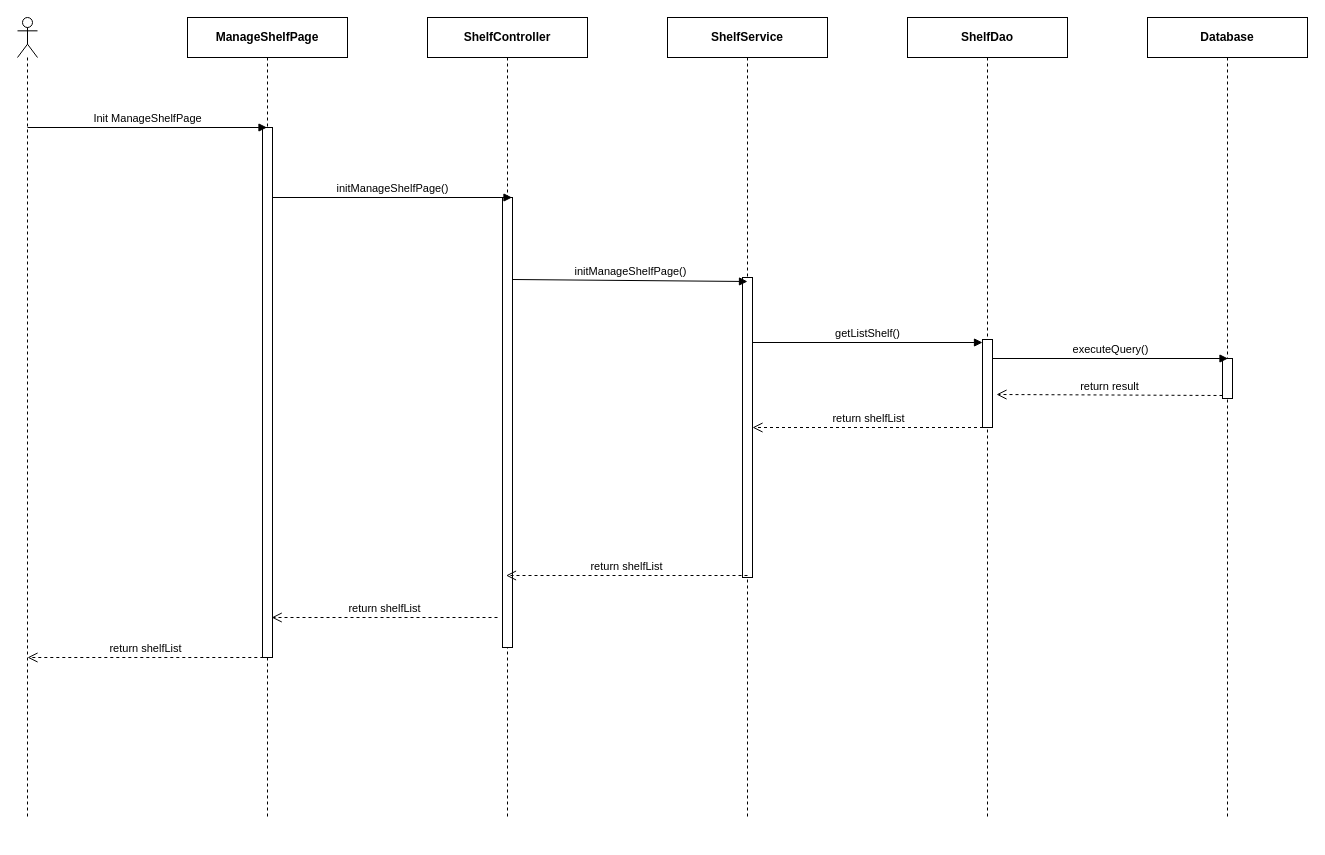
Above: page "Ev01" (1 of 2) of 0. Create/Sequece/sc02/SC0200_ShelfManage.drawio in luannmdev/CapstoneDocument (draw.io), before the change. Source tidied: cells renumbered, new cells numbered last; positions are measured from the earlier drawing's top-left corner, leaving out a move shared by most shapes. Both pictures are drawn from the tidied source at 100%, with x=0, y=0 at pixel (17, 17).
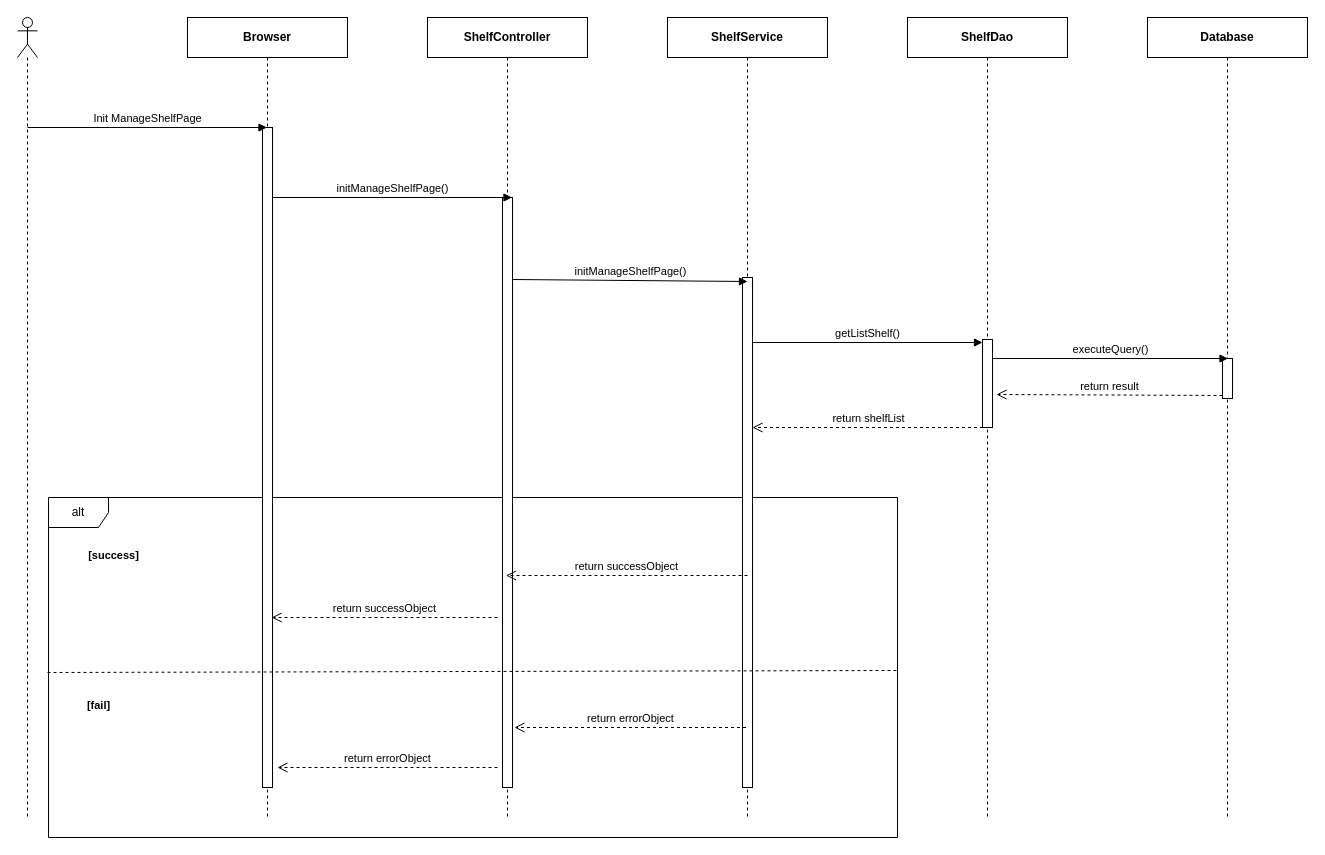
The same page after the edit.

The change refers to these unchanged cells:
```xml
<mxCell id="9" value="&lt;b&gt;ShelfService&lt;/b&gt;" style="shape=umlLifeline;perimeter=lifelinePerimeter;whiteSpace=wrap;html=1;" parent="1" vertex="1">
  <mxGeometry x="650" width="160" height="800" as="geometry" />
</mxCell>
<mxCell id="11" value="&lt;b&gt;ShelfController&lt;/b&gt;" style="shape=umlLifeline;perimeter=lifelinePerimeter;whiteSpace=wrap;html=1;" parent="1" vertex="1">
  <mxGeometry x="410" width="160" height="800" as="geometry" />
</mxCell>
```

Change to the diagram source:
```diff
@@
+    <mxCell id="23" value="alt" style="shape=umlFrame;whiteSpace=wrap;html=1;" parent="1" vertex="1">
+      <mxGeometry x="31" y="480" width="849" height="340" as="geometry" />
+    </mxCell>
@@
-    <mxCell id="3" value="&lt;b&gt;ManageShelfPage&lt;/b&gt;" style="shape=umlLifeline;perimeter=lifelinePerimeter;whiteSpace=wrap;html=1;outlineConnect=0;" parent="1" vertex="1">
+    <mxCell id="3" value="&lt;b&gt;Browser&lt;/b&gt;" style="shape=umlLifeline;perimeter=lifelinePerimeter;whiteSpace=wrap;html=1;outlineConnect=0;" parent="1" vertex="1">
       <mxGeometry x="170" width="160" height="800" as="geometry" />
     </mxCell>
     <mxCell id="4" style="html=1;perimeter=orthogonalPerimeter;" parent="3" vertex="1">
-      <mxGeometry x="75" y="110" width="10" height="530" as="geometry" />
+      <mxGeometry x="75" y="110" width="10" height="660" as="geometry" />
     </mxCell>
@@
     <mxCell id="10" style="html=1;perimeter=orthogonalPerimeter;" parent="9" vertex="1">
-      <mxGeometry x="75" y="260" width="10" height="300" as="geometry" />
+      <mxGeometry x="75" y="260" width="10" height="510" as="geometry" />
     </mxCell>
@@
     <mxCell id="12" style="html=1;perimeter=orthogonalPerimeter;" parent="11" vertex="1">
-      <mxGeometry x="75" y="180" width="10" height="450" as="geometry" />
+      <mxGeometry x="75" y="180" width="10" height="590" as="geometry" />
     </mxCell>
@@
-    <mxCell id="20" value="return&amp;nbsp;&lt;span style=&quot;text-align: left&quot;&gt;shelfList&lt;/span&gt;" style="html=1;verticalAlign=bottom;endArrow=open;dashed=1;endSize=8;" parent="1" edge="1">
+    <mxCell id="20" value="return successObject" style="html=1;verticalAlign=bottom;endArrow=open;dashed=1;endSize=8;" parent="1" edge="1">
       <mxGeometry relative="1" as="geometry">
         <mxPoint x="730" y="558" as="sourcePoint" />
         <mxPoint x="488.5" y="558" as="targetPoint" />
       </mxGeometry>
     </mxCell>
-    <mxCell id="21" value="return&amp;nbsp;&lt;span style=&quot;text-align: left&quot;&gt;shelfList&lt;/span&gt;" style="html=1;verticalAlign=bottom;endArrow=open;dashed=1;endSize=8;" parent="1" edge="1">
+    <mxCell id="21" value="return successObject" style="html=1;verticalAlign=bottom;endArrow=open;dashed=1;endSize=8;" parent="1" edge="1">
       <mxGeometry relative="1" as="geometry">
         <mxPoint x="480" y="600" as="sourcePoint" />
         <mxPoint x="254.2" y="600" as="targetPoint" />
       </mxGeometry>
     </mxCell>
-    <mxCell id="22" value="return&amp;nbsp;&lt;span style=&quot;text-align: left&quot;&gt;shelfList&lt;/span&gt;" style="html=1;verticalAlign=bottom;endArrow=open;dashed=1;endSize=8;" parent="1" edge="1">
-      <mxGeometry relative="1" as="geometry">
-        <mxPoint x="245.8" y="640" as="sourcePoint" />
-        <mxPoint x="10" y="640" as="targetPoint" />
-      </mxGeometry>
-    </mxCell>
+    <mxCell id="24" style="endArrow=none;dashed=1;html=1;exitX=-0.001;exitY=0.303;exitDx=0;exitDy=0;exitPerimeter=0;" parent="1" edge="1">
+      <mxGeometry relative="1" as="geometry">
+        <mxPoint x="30" y="655" as="sourcePoint" />
+        <mxPoint x="880" y="653" as="targetPoint" />
+      </mxGeometry>
+    </mxCell>
+    <mxCell id="25" value="&lt;span style=&quot;font-size: 11px ; background-color: rgb(255 , 255 , 255)&quot;&gt;&lt;b&gt;[success]&lt;/b&gt;&lt;/span&gt;" style="text;html=1;align=center;verticalAlign=middle;" parent="1" vertex="1">
+      <mxGeometry x="61" y="528" width="70" height="20" as="geometry" />
+    </mxCell>
+    <mxCell id="26" value="&lt;span style=&quot;font-size: 11px ; background-color: rgb(255 , 255 , 255)&quot;&gt;&lt;b&gt;[fail]&lt;/b&gt;&lt;/span&gt;" style="text;html=1;align=center;verticalAlign=middle;" parent="1" vertex="1">
+      <mxGeometry x="61" y="678" width="40" height="20" as="geometry" />
+    </mxCell>
+    <mxCell id="27" value="return errorObject" style="html=1;verticalAlign=bottom;endArrow=open;dashed=1;endSize=8;" parent="1" edge="1">
+      <mxGeometry relative="1" as="geometry">
+        <mxPoint x="728.5" y="710" as="sourcePoint" />
+        <mxPoint x="497" y="710" as="targetPoint" />
+      </mxGeometry>
+    </mxCell>
+    <mxCell id="28" value="return errorObject" style="html=1;verticalAlign=bottom;endArrow=open;dashed=1;endSize=8;" parent="1" edge="1">
+      <mxGeometry relative="1" as="geometry">
+        <mxPoint x="480" y="750" as="sourcePoint" />
+        <mxPoint x="260" y="750" as="targetPoint" />
+      </mxGeometry>
+    </mxCell>
```
